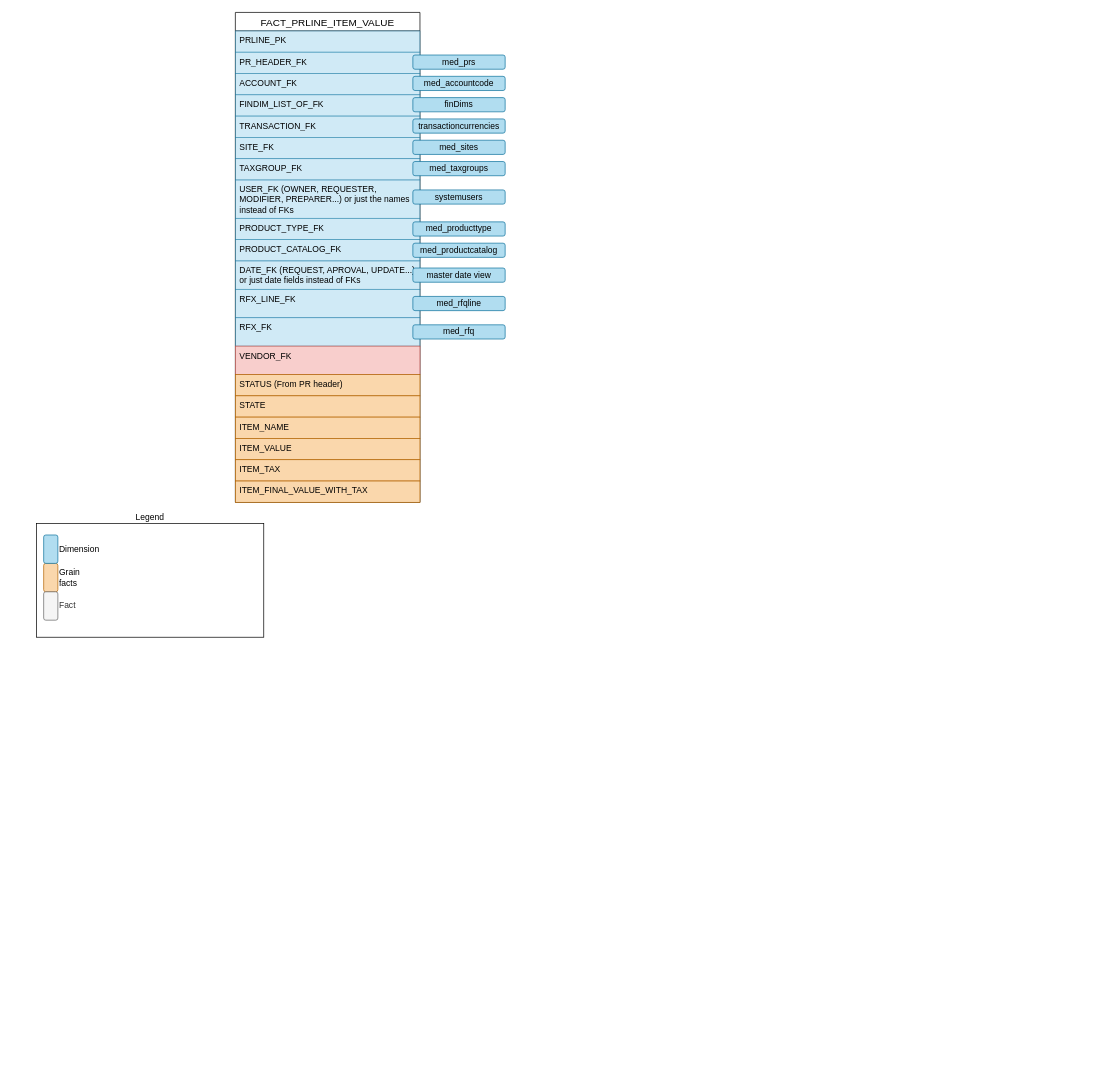
Earlier version of the draw.io diagram page "Dimensional Model" (5 of 5) of scm_value_chain.drawio (Medair/drawio). Source tidied: cells renumbered, new cells numbered last; positions are measured from the earlier drawing's top-left corner, leaving out a move shared by most shapes. Both pictures are drawn from the tidied source at 71%, with x=0, y=0 at pixel (36, 12).
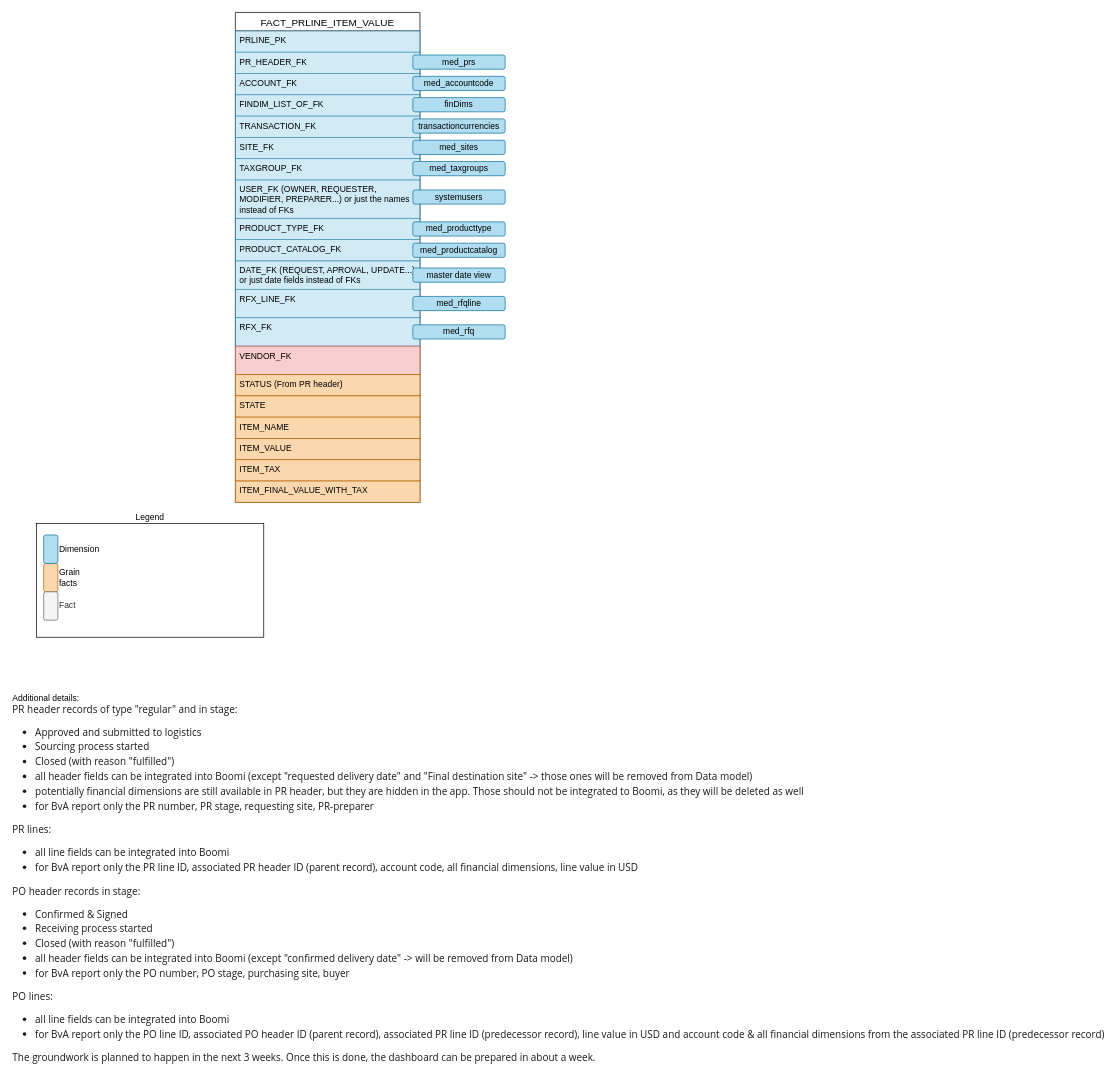
After the change.

The edit, as a diff of the source:
```diff
@@
+    <mxCell id="40" value="&lt;div style=&quot;text-align: left;&quot;&gt;&lt;span style=&quot;background-color: initial;&quot;&gt;Additional details:&lt;/span&gt;&lt;/div&gt;&lt;p style=&quot;text-align: left; box-sizing: border-box; margin: 0px 0px 16px; position: relative; color: rgba(0, 0, 0, 0.9); font-family: &amp;quot;Segoe UI VSS (Regular)&amp;quot;, &amp;quot;Segoe UI&amp;quot;, -apple-system, BlinkMacSystemFont, Roboto, &amp;quot;Helvetica Neue&amp;quot;, Helvetica, Ubuntu, Arial, sans-serif, &amp;quot;Apple Color Emoji&amp;quot;, &amp;quot;Segoe UI Emoji&amp;quot;, &amp;quot;Segoe UI Symbol&amp;quot;; font-size: 14px; background-color: rgb(255, 255, 255);&quot;&gt;PR header records of type &quot;regular&quot; and in stage:&lt;/p&gt;&lt;ul style=&quot;box-sizing: border-box; padding: 0px 0px 0px 32px; margin: 0px 0px 16px; color: rgba(0, 0, 0, 0.9); font-family: &amp;quot;Segoe UI VSS (Regular)&amp;quot;, &amp;quot;Segoe UI&amp;quot;, -apple-system, BlinkMacSystemFont, Roboto, &amp;quot;Helvetica Neue&amp;quot;, Helvetica, Ubuntu, Arial, sans-serif, &amp;quot;Apple Color Emoji&amp;quot;, &amp;quot;Segoe UI Emoji&amp;quot;, &amp;quot;Segoe UI Symbol&amp;quot;; font-size: 14px; text-align: start; background-color: rgb(255, 255, 255);&quot;&gt;&lt;li style=&quot;box-sizing: border-box; list-style: inherit;&quot;&gt;Approved and submitted to logistics&lt;/li&gt;&lt;li style=&quot;box-sizing: border-box; list-style: inherit; margin-top: 4px;&quot;&gt;Sourcing process started&lt;/li&gt;&lt;li style=&quot;box-sizing: border-box; list-style: inherit; margin-top: 4px;&quot;&gt;Closed (with reason &quot;fulfilled&quot;)&lt;/li&gt;&lt;li style=&quot;box-sizing: border-box; list-style: inherit; margin-top: 4px;&quot;&gt;all header fields can be integrated into Boomi (except &quot;requested delivery date&quot; and &quot;Final destination site&quot; -&amp;gt; those ones will be removed from Data model)&lt;/li&gt;&lt;li style=&quot;box-sizing: border-box; list-style: inherit; margin-top: 4px;&quot;&gt;potentially financial dimensions are still available in PR header, but they are hidden in the app. Those should not be integrated to Boomi, as they will be deleted as well&lt;/li&gt;&lt;li style=&quot;box-sizing: border-box; list-style: inherit; margin-top: 4px;&quot;&gt;for BvA report only the PR number, PR stage, requesting site, PR-preparer&lt;/li&gt;&lt;/ul&gt;&lt;p style=&quot;box-sizing: border-box; margin: 0px 0px 16px; position: relative; color: rgba(0, 0, 0, 0.9); font-family: &amp;quot;Segoe UI VSS (Regular)&amp;quot;, &amp;quot;Segoe UI&amp;quot;, -apple-system, BlinkMacSystemFont, Roboto, &amp;quot;Helvetica Neue&amp;quot;, Helvetica, Ubuntu, Arial, sans-serif, &amp;quot;Apple Color Emoji&amp;quot;, &amp;quot;Segoe UI Emoji&amp;quot;, &amp;quot;Segoe UI Symbol&amp;quot;; font-size: 14px; text-align: start; background-color: rgb(255, 255, 255);&quot;&gt;PR lines:&lt;/p&gt;&lt;ul style=&quot;box-sizing: border-box; padding: 0px 0px 0px 32px; margin: 0px 0px 16px; color: rgba(0, 0, 0, 0.9); font-family: &amp;quot;Segoe UI VSS (Regular)&amp;quot;, &amp;quot;Segoe UI&amp;quot;, -apple-system, BlinkMacSystemFont, Roboto, &amp;quot;Helvetica Neue&amp;quot;, Helvetica, Ubuntu, Arial, sans-serif, &amp;quot;Apple Color Emoji&amp;quot;, &amp;quot;Segoe UI Emoji&amp;quot;, &amp;quot;Segoe UI Symbol&amp;quot;; font-size: 14px; text-align: start; background-color: rgb(255, 255, 255);&quot;&gt;&lt;li style=&quot;box-sizing: border-box; list-style: inherit;&quot;&gt;all line fields can be integrated into Boomi&lt;/li&gt;&lt;li style=&quot;box-sizing: border-box; list-style: inherit; margin-top: 4px;&quot;&gt;for BvA report only the PR line ID, associated PR header ID (parent record), account code, all financial dimensions, line value in USD&lt;/li&gt;&lt;/ul&gt;&lt;p style=&quot;box-sizing: border-box; margin: 0px 0px 16px; position: relative; color: rgba(0, 0, 0, 0.9); font-family: &amp;quot;Segoe UI VSS (Regular)&amp;quot;, &amp;quot;Segoe UI&amp;quot;, -apple-system, BlinkMacSystemFont, Roboto, &amp;quot;Helvetica Neue&amp;quot;, Helvetica, Ubuntu, Arial, sans-serif, &amp;quot;Apple Color Emoji&amp;quot;, &amp;quot;Segoe UI Emoji&amp;quot;, &amp;quot;Segoe UI Symbol&amp;quot;; font-size: 14px; text-align: start; background-color: rgb(255, 255, 255);&quot;&gt;PO header records in stage:&lt;/p&gt;&lt;ul style=&quot;box-sizing: border-box; padding: 0px 0px 0px 32px; margin: 0px 0px 16px; color: rgba(0, 0, 0, 0.9); font-family: &amp;quot;Segoe UI VSS (Regular)&amp;quot;, &amp;quot;Segoe UI&amp;quot;, -apple-system, BlinkMacSystemFont, Roboto, &amp;quot;Helvetica Neue&amp;quot;, Helvetica, Ubuntu, Arial, sans-serif, &amp;quot;Apple Color Emoji&amp;quot;, &amp;quot;Segoe UI Emoji&amp;quot;, &amp;quot;Segoe UI Symbol&amp;quot;; font-size: 14px; text-align: start; background-color: rgb(255, 255, 255);&quot;&gt;&lt;li style=&quot;box-sizing: border-box; list-style: inherit;&quot;&gt;Confirmed &amp;amp; Signed&lt;/li&gt;&lt;li style=&quot;box-sizing: border-box; list-style: inherit; margin-top: 4px;&quot;&gt;Receiving process started&lt;/li&gt;&lt;li style=&quot;box-sizing: border-box; list-style: inherit; margin-top: 4px;&quot;&gt;Closed (with reason &quot;fulfilled&quot;)&lt;/li&gt;&lt;li style=&quot;box-sizing: border-box; list-style: inherit; margin-top: 4px;&quot;&gt;all header fields can be integrated into Boomi (except &quot;confirmed delivery date&quot; -&amp;gt; will be removed from Data model)&lt;/li&gt;&lt;li style=&quot;box-sizing: border-box; list-style: inherit; margin-top: 4px;&quot;&gt;for BvA report only the PO number, PO stage, purchasing site, buyer&lt;/li&gt;&lt;/ul&gt;&lt;p style=&quot;box-sizing: border-box; margin: 0px 0px 16px; position: relative; color: rgba(0, 0, 0, 0.9); font-family: &amp;quot;Segoe UI VSS (Regular)&amp;quot;, &amp;quot;Segoe UI&amp;quot;, -apple-system, BlinkMacSystemFont, Roboto, &amp;quot;Helvetica Neue&amp;quot;, Helvetica, Ubuntu, Arial, sans-serif, &amp;quot;Apple Color Emoji&amp;quot;, &amp;quot;Segoe UI Emoji&amp;quot;, &amp;quot;Segoe UI Symbol&amp;quot;; font-size: 14px; text-align: start; background-color: rgb(255, 255, 255);&quot;&gt;PO lines:&lt;/p&gt;&lt;ul style=&quot;box-sizing: border-box; padding: 0px 0px 0px 32px; margin: 0px 0px 16px; color: rgba(0, 0, 0, 0.9); font-family: &amp;quot;Segoe UI VSS (Regular)&amp;quot;, &amp;quot;Segoe UI&amp;quot;, -apple-system, BlinkMacSystemFont, Roboto, &amp;quot;Helvetica Neue&amp;quot;, Helvetica, Ubuntu, Arial, sans-serif, &amp;quot;Apple Color Emoji&amp;quot;, &amp;quot;Segoe UI Emoji&amp;quot;, &amp;quot;Segoe UI Symbol&amp;quot;; font-size: 14px; text-align: start; background-color: rgb(255, 255, 255);&quot;&gt;&lt;li style=&quot;box-sizing: border-box; list-style: inherit;&quot;&gt;all line fields can be integrated into Boomi&lt;/li&gt;&lt;li style=&quot;box-sizing: border-box; list-style: inherit; margin-top: 4px;&quot;&gt;for BvA report only the PO line ID, associated PO header ID (parent record), associated PR line ID (predecessor record), line value in USD and account code &amp;amp; all financial dimensions from the associated PR line ID (predecessor record)&lt;/li&gt;&lt;/ul&gt;&lt;p style=&quot;text-align: left; box-sizing: border-box; margin: 0px; position: relative; color: rgba(0, 0, 0, 0.9); font-family: &amp;quot;Segoe UI VSS (Regular)&amp;quot;, &amp;quot;Segoe UI&amp;quot;, -apple-system, BlinkMacSystemFont, Roboto, &amp;quot;Helvetica Neue&amp;quot;, Helvetica, Ubuntu, Arial, sans-serif, &amp;quot;Apple Color Emoji&amp;quot;, &amp;quot;Segoe UI Emoji&amp;quot;, &amp;quot;Segoe UI Symbol&amp;quot;; font-size: 14px; background-color: rgb(255, 255, 255);&quot;&gt;The groundwork is planned to happen in the next 3 weeks. Once this is done, the dashboard can be prepared in about a week.&lt;/p&gt;" style="text;html=1;align=center;verticalAlign=middle;strokeColor=none;fillColor=none;" parent="1" vertex="1">
+      <mxGeometry x="-10" y="950" width="1490" height="540" as="geometry" />
+    </mxCell>
```
